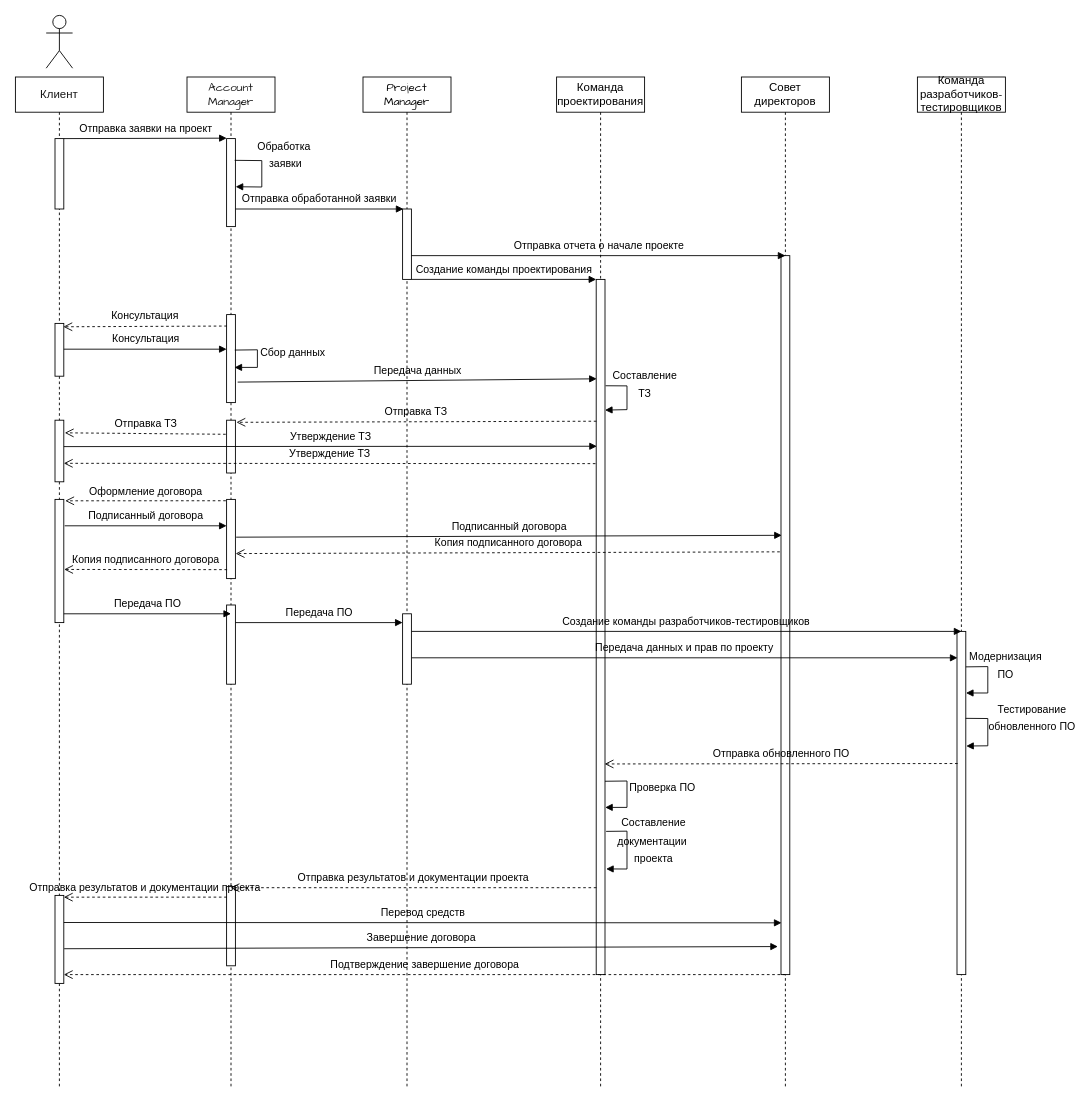
This is Project.drawio from Semenov-D/Sequence-Diagram, a draw.io file, before an edit. Source tidied: cells renumbered, new cells numbered last; positions are measured from the earlier drawing's top-left corner, leaving out a move shared by most shapes. Both pictures are drawn from the tidied source at 88%, with x=0, y=0 at pixel (15, 15).
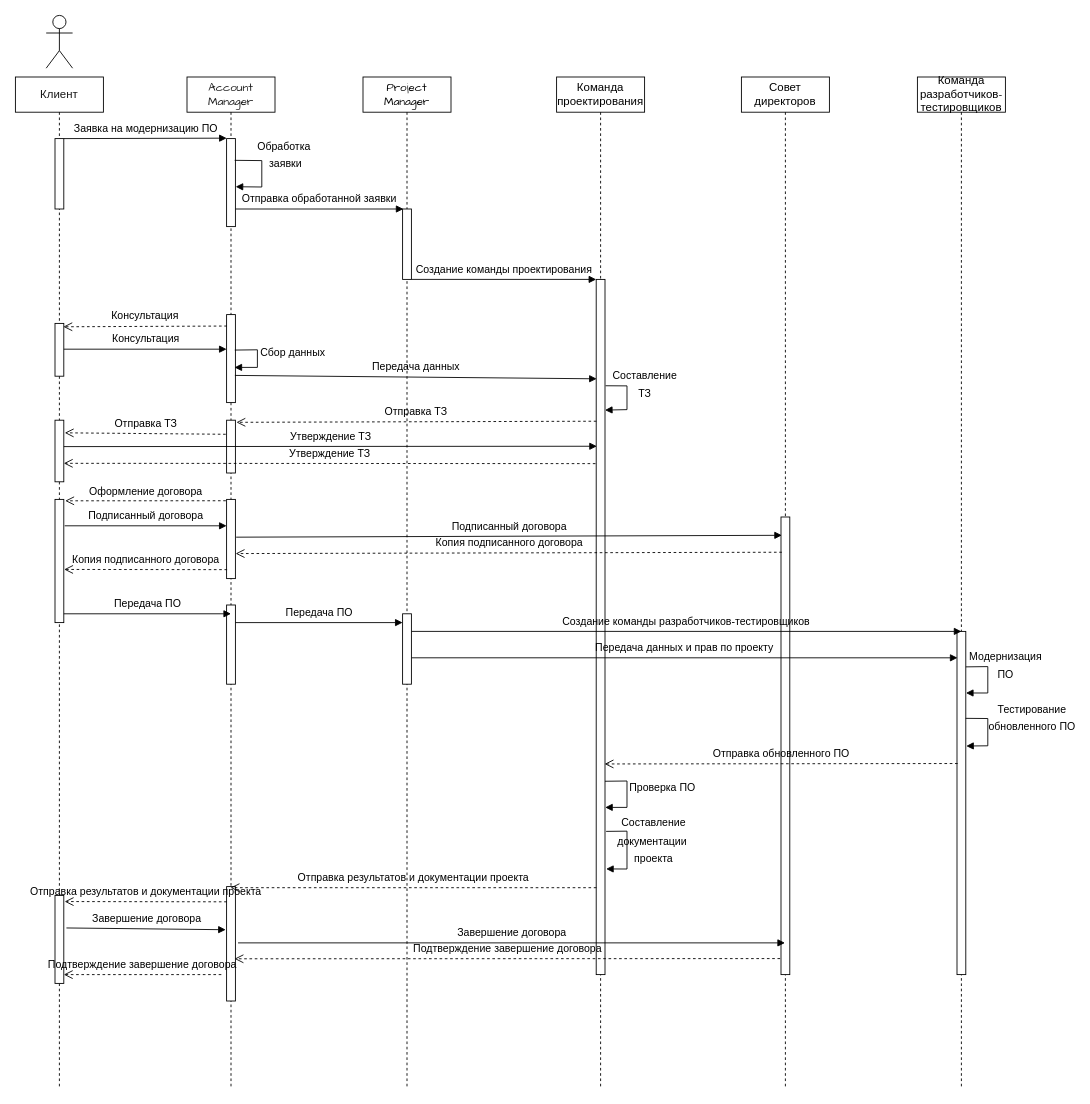
Above is the later version.

Unchanged cells that the change refers to:
```xml
<mxCell id="8" style="html=1;points=[];perimeter=orthogonalPerimeter;" parent="3" vertex="1">
  <mxGeometry x="45" y="930" width="10" height="100" as="geometry" />
</mxCell>
<mxCell id="9" value="&lt;span style=&quot;color: rgb(24, 24, 24); font-family: &amp;quot;Comic Sans MS&amp;quot;; font-size: 13px; text-align: start; background-color: rgb(255, 255, 255);&quot;&gt;Account Manager&lt;/span&gt;" style="shape=umlLifeline;perimeter=lifelinePerimeter;whiteSpace=wrap;html=1;outlineConnect=0;" parent="1" vertex="1">
  <mxGeometry x="195" y="70" width="100" height="1150" as="geometry" />
</mxCell>
<mxCell id="10" style="html=1;points=[];perimeter=orthogonalPerimeter;" parent="9" vertex="1">
  <mxGeometry x="45" y="70" width="10" height="100" as="geometry" />
</mxCell>
<mxCell id="12" style="html=1;points=[];perimeter=orthogonalPerimeter;fontFamily=Helvetica;fontSize=12;" parent="9" vertex="1">
  <mxGeometry x="45" y="270" width="10" height="100" as="geometry" />
</mxCell>
<mxCell id="15" style="html=1;points=[];perimeter=orthogonalPerimeter;fontFamily=Helvetica;fontSize=12;" parent="9" vertex="1">
  <mxGeometry x="45" y="480" width="10" height="90" as="geometry" />
</mxCell>
<mxCell id="19" style="html=1;points=[];perimeter=orthogonalPerimeter;fontFamily=Helvetica;fontSize=12;" parent="18" vertex="1">
  <mxGeometry x="45" y="230" width="10" height="790" as="geometry" />
</mxCell>
<mxCell id="24" style="html=1;points=[];perimeter=orthogonalPerimeter;" parent="23" vertex="1">
  <mxGeometry x="45" y="150" width="10" height="80" as="geometry" />
</mxCell>
<mxCell id="31" value="&lt;span style=&quot;font-family: &amp;quot;Comic Sans MS&amp;quot;; font-size: 13px;&quot;&gt;Совет директоров&lt;/span&gt;" style="shape=umlLifeline;perimeter=lifelinePerimeter;whiteSpace=wrap;html=1;outlineConnect=0;" parent="1" vertex="1">
  <mxGeometry x="825" y="70" width="100" height="1150" as="geometry" />
</mxCell>
```

What changed in the source:
```diff
@@
     <mxCell id="17" style="html=1;points=[];perimeter=orthogonalPerimeter;fontFamily=Helvetica;fontSize=12;" parent="9" vertex="1">
-      <mxGeometry x="45" y="920" width="10" height="90" as="geometry" />
+      <mxGeometry x="45" y="920" width="10" height="130" as="geometry" />
     </mxCell>
@@
     <mxCell id="32" style="html=1;points=[];perimeter=orthogonalPerimeter;fontFamily=Helvetica;fontSize=12;" parent="31" vertex="1">
-      <mxGeometry x="45" y="203" width="10" height="817" as="geometry" />
+      <mxGeometry x="45" y="500" width="10" height="520" as="geometry" />
     </mxCell>
-    <mxCell id="33" value="&lt;font face=&quot;Helvetica&quot; style=&quot;font-size: 12px;&quot;&gt;Отправка заявки на проект&lt;/font&gt;" style="html=1;verticalAlign=bottom;endArrow=block;rounded=0;fontFamily=Comic Sans MS;fontSize=16;labelBackgroundColor=none;entryX=0.007;entryY=-0.005;entryDx=0;entryDy=0;entryPerimeter=0;" parent="1" edge="1" target="10">
+    <mxCell id="33" value="&lt;font face=&quot;Helvetica&quot;&gt;&lt;span style=&quot;font-size: 12px;&quot;&gt;Заявка на модернизацию ПО&lt;/span&gt;&lt;/font&gt;" style="html=1;verticalAlign=bottom;endArrow=block;rounded=0;fontFamily=Comic Sans MS;fontSize=16;labelBackgroundColor=none;entryX=0.007;entryY=-0.005;entryDx=0;entryDy=0;entryPerimeter=0;" parent="1" edge="1" target="10">
       <mxGeometry relative="1" as="geometry">
         <mxPoint x="55" y="140" as="sourcePoint" />
       </mxGeometry>
     </mxCell>
@@
-    <mxCell id="37" value="&lt;font face=&quot;Helvetica&quot; style=&quot;font-size: 12px;&quot;&gt;Передача данных&lt;/font&gt;" style="html=1;verticalAlign=bottom;endArrow=block;rounded=0;fontFamily=Comic Sans MS;fontSize=16;labelBackgroundColor=none;exitX=1.257;exitY=0.767;exitDx=0;exitDy=0;exitPerimeter=0;entryX=0.057;entryY=0.143;entryDx=0;entryDy=0;entryPerimeter=0;" parent="1" edge="1" source="12" target="19">
+    <mxCell id="37" value="&lt;font face=&quot;Helvetica&quot; style=&quot;font-size: 12px;&quot;&gt;Передача данных&lt;/font&gt;" style="html=1;verticalAlign=bottom;endArrow=block;rounded=0;fontFamily=Comic Sans MS;fontSize=16;labelBackgroundColor=none;entryX=0.057;entryY=0.143;entryDx=0;entryDy=0;entryPerimeter=0;exitX=0.943;exitY=0.691;exitDx=0;exitDy=0;exitPerimeter=0;" parent="1" edge="1" source="12" target="19">
       <mxGeometry relative="1" as="geometry" />
     </mxCell>
@@
-    <mxCell id="43" value="&lt;font face=&quot;Helvetica&quot;&gt;&lt;span style=&quot;font-size: 12px;&quot;&gt;Копия подписанного договора&lt;/span&gt;&lt;/font&gt;" style="html=1;verticalAlign=bottom;endArrow=open;dashed=1;endSize=8;rounded=0;fontFamily=Comic Sans MS;fontSize=16;labelBackgroundColor=none;exitX=-0.135;exitY=0.412;exitDx=0;exitDy=0;exitPerimeter=0;entryX=1.029;entryY=0.684;entryDx=0;entryDy=0;entryPerimeter=0;" parent="1" edge="1" source="32" target="15">
+    <mxCell id="43" value="&lt;font face=&quot;Helvetica&quot;&gt;&lt;span style=&quot;font-size: 12px;&quot;&gt;Копия подписанного договора&lt;/span&gt;&lt;/font&gt;" style="html=1;verticalAlign=bottom;endArrow=open;dashed=1;endSize=8;rounded=0;fontFamily=Comic Sans MS;fontSize=16;labelBackgroundColor=none;entryX=1.029;entryY=0.684;entryDx=0;entryDy=0;entryPerimeter=0;exitX=0.1;exitY=0.077;exitDx=0;exitDy=0;exitPerimeter=0;" parent="1" edge="1" source="32" target="15">
       <mxGeometry relative="1" as="geometry" />
     </mxCell>
@@
-    <mxCell id="49" value="&lt;font face=&quot;Helvetica&quot; style=&quot;font-size: 12px;&quot;&gt;Перевод&amp;nbsp;&lt;/font&gt;&lt;font face=&quot;Helvetica&quot;&gt;&lt;span style=&quot;font-size: 12px;&quot;&gt;средств&lt;/span&gt;&lt;/font&gt;" style="html=1;verticalAlign=bottom;endArrow=block;rounded=0;fontFamily=Comic Sans MS;fontSize=16;labelBackgroundColor=none;exitX=1;exitY=0.308;exitDx=0;exitDy=0;exitPerimeter=0;entryX=0.059;entryY=0.928;entryDx=0;entryDy=0;entryPerimeter=0;" parent="1" edge="1" source="8" target="32">
-      <mxGeometry relative="1" as="geometry" />
-    </mxCell>
-    <mxCell id="50" value="&lt;font face=&quot;Helvetica&quot; style=&quot;font-size: 12px;&quot;&gt;Завершение договора&lt;/font&gt;" style="html=1;verticalAlign=bottom;endArrow=block;rounded=0;fontFamily=Comic Sans MS;fontSize=16;labelBackgroundColor=none;entryX=-0.355;entryY=0.961;entryDx=0;entryDy=0;entryPerimeter=0;exitX=1.041;exitY=0.606;exitDx=0;exitDy=0;exitPerimeter=0;" parent="1" edge="1" source="8" target="32">
+    <mxCell id="50" value="&lt;font face=&quot;Helvetica&quot; style=&quot;font-size: 12px;&quot;&gt;Завершение договора&lt;/font&gt;" style="html=1;verticalAlign=bottom;endArrow=block;rounded=0;fontFamily=Comic Sans MS;fontSize=16;labelBackgroundColor=none;entryX=-0.1;entryY=0.377;entryDx=0;entryDy=0;entryPerimeter=0;exitX=1.3;exitY=0.37;exitDx=0;exitDy=0;exitPerimeter=0;" parent="1" edge="1" source="8" target="17">
       <mxGeometry relative="1" as="geometry" />
     </mxCell>
-    <mxCell id="51" value="&lt;font face=&quot;Helvetica&quot;&gt;&lt;span style=&quot;font-size: 12px;&quot;&gt;Подтверждение завершение договора&lt;/span&gt;&lt;/font&gt;" style="html=1;verticalAlign=bottom;endArrow=open;dashed=1;endSize=8;rounded=0;fontFamily=Comic Sans MS;fontSize=16;labelBackgroundColor=none;exitX=0.5;exitY=0.714;exitDx=0;exitDy=0;exitPerimeter=0;" parent="1" edge="1">
+    <mxCell id="51" value="&lt;font face=&quot;Helvetica&quot;&gt;&lt;span style=&quot;font-size: 12px;&quot;&gt;Подтверждение завершение договора&lt;/span&gt;&lt;/font&gt;" style="html=1;verticalAlign=bottom;endArrow=open;dashed=1;endSize=8;rounded=0;fontFamily=Comic Sans MS;fontSize=16;labelBackgroundColor=none;" parent="1" edge="1">
       <mxGeometry relative="1" as="geometry">
-        <mxPoint x="875" y="1090" as="sourcePoint" />
+        <mxPoint x="234" y="1090" as="sourcePoint" />
         <mxPoint x="55" y="1090" as="targetPoint" />
       </mxGeometry>
     </mxCell>
@@
-    <mxCell id="53" value="&lt;font face=&quot;Helvetica&quot; style=&quot;font-size: 12px;&quot;&gt;Отправка отчета о начале проекте&lt;/font&gt;" style="html=1;verticalAlign=bottom;endArrow=block;rounded=0;fontFamily=Comic Sans MS;fontSize=16;labelBackgroundColor=none;entryX=0.5;entryY=0;entryDx=0;entryDy=0;entryPerimeter=0;" parent="1" edge="1" source="24" target="32">
-      <mxGeometry relative="1" as="geometry" />
-    </mxCell>
@@
-    <mxCell id="55" value="&lt;font face=&quot;Helvetica&quot; style=&quot;&quot;&gt;&lt;span style=&quot;font-size: 12px;&quot;&gt;Подписанный&amp;nbsp;договора&lt;/span&gt;&lt;/font&gt;" style="html=1;verticalAlign=bottom;endArrow=block;rounded=0;fontFamily=Comic Sans MS;fontSize=16;labelBackgroundColor=none;exitX=1.086;exitY=0.477;exitDx=0;exitDy=0;exitPerimeter=0;entryX=0.086;entryY=0.389;entryDx=0;entryDy=0;entryPerimeter=0;" parent="1" edge="1" source="15" target="32">
+    <mxCell id="55" value="&lt;font face=&quot;Helvetica&quot; style=&quot;&quot;&gt;&lt;span style=&quot;font-size: 12px;&quot;&gt;Подписанный&amp;nbsp;договора&lt;/span&gt;&lt;/font&gt;" style="html=1;verticalAlign=bottom;endArrow=block;rounded=0;fontFamily=Comic Sans MS;fontSize=16;labelBackgroundColor=none;exitX=1.086;exitY=0.477;exitDx=0;exitDy=0;exitPerimeter=0;entryX=0.1;entryY=0.04;entryDx=0;entryDy=0;entryPerimeter=0;" parent="1" edge="1" source="15" target="32">
       <mxGeometry relative="1" as="geometry" />
     </mxCell>
@@
-    <mxCell id="57" value="&lt;font face=&quot;Helvetica&quot;&gt;&lt;span style=&quot;font-size: 12px;&quot;&gt;Отправка результатов и документации проекта&lt;/span&gt;&lt;/font&gt;" style="html=1;verticalAlign=bottom;endArrow=open;dashed=1;endSize=8;rounded=0;fontFamily=Comic Sans MS;fontSize=16;labelBackgroundColor=none;exitX=0.024;exitY=0.133;exitDx=0;exitDy=0;exitPerimeter=0;" parent="1" edge="1" source="17">
-      <mxGeometry relative="1" as="geometry">
-        <mxPoint x="55" y="1002" as="targetPoint" />
-      </mxGeometry>
+    <mxCell id="57" value="&lt;font face=&quot;Helvetica&quot;&gt;&lt;span style=&quot;font-size: 12px;&quot;&gt;Отправка результатов и документации проекта&lt;/span&gt;&lt;/font&gt;" style="html=1;verticalAlign=bottom;endArrow=open;dashed=1;endSize=8;rounded=0;fontFamily=Comic Sans MS;fontSize=16;labelBackgroundColor=none;exitX=0.024;exitY=0.133;exitDx=0;exitDy=0;exitPerimeter=0;entryX=1.1;entryY=0.07;entryDx=0;entryDy=0;entryPerimeter=0;" parent="1" edge="1" source="17" target="8">
+      <mxGeometry relative="1" as="geometry" />
     </mxCell>
+    <mxCell id="58" value="&lt;font face=&quot;Helvetica&quot; style=&quot;font-size: 12px;&quot;&gt;Завершение договора&lt;/font&gt;" style="html=1;verticalAlign=bottom;endArrow=block;rounded=0;fontFamily=Comic Sans MS;fontSize=16;labelBackgroundColor=none;exitX=1.3;exitY=0.492;exitDx=0;exitDy=0;exitPerimeter=0;" parent="1" edge="1" source="17" target="31">
+      <mxGeometry relative="1" as="geometry" />
+    </mxCell>
+    <mxCell id="59" value="&lt;font face=&quot;Helvetica&quot;&gt;&lt;span style=&quot;font-size: 12px;&quot;&gt;Подтверждение завершение договора&lt;/span&gt;&lt;/font&gt;" style="html=1;verticalAlign=bottom;endArrow=open;dashed=1;endSize=8;rounded=0;fontFamily=Comic Sans MS;fontSize=16;labelBackgroundColor=none;exitX=-0.1;exitY=0.965;exitDx=0;exitDy=0;exitPerimeter=0;entryX=0.9;entryY=0.631;entryDx=0;entryDy=0;entryPerimeter=0;" parent="1" edge="1" source="32" target="17">
+      <mxGeometry relative="1" as="geometry" />
+    </mxCell>
```
